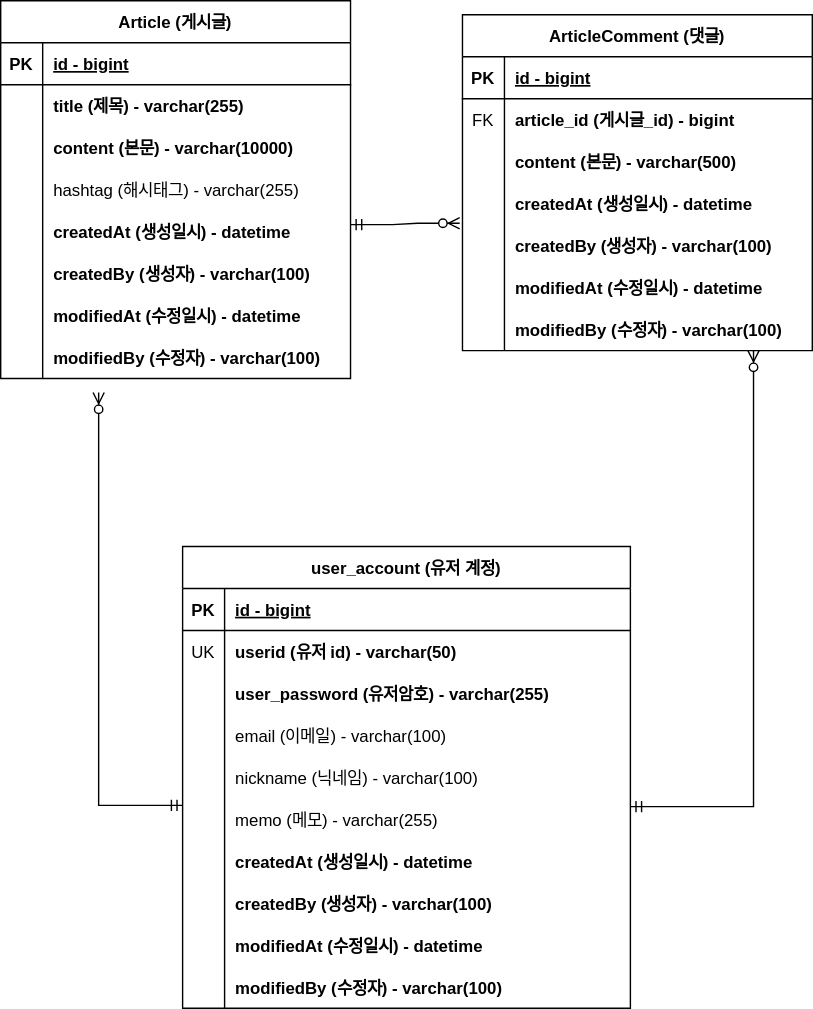
The draw.io diagram document/board-service-erd.svg in yunh0/board-service, before a commit. Source tidied: cells renumbered, new cells last; positions are measured from the earlier drawing's top-left corner, leaving out a move shared by most shapes.
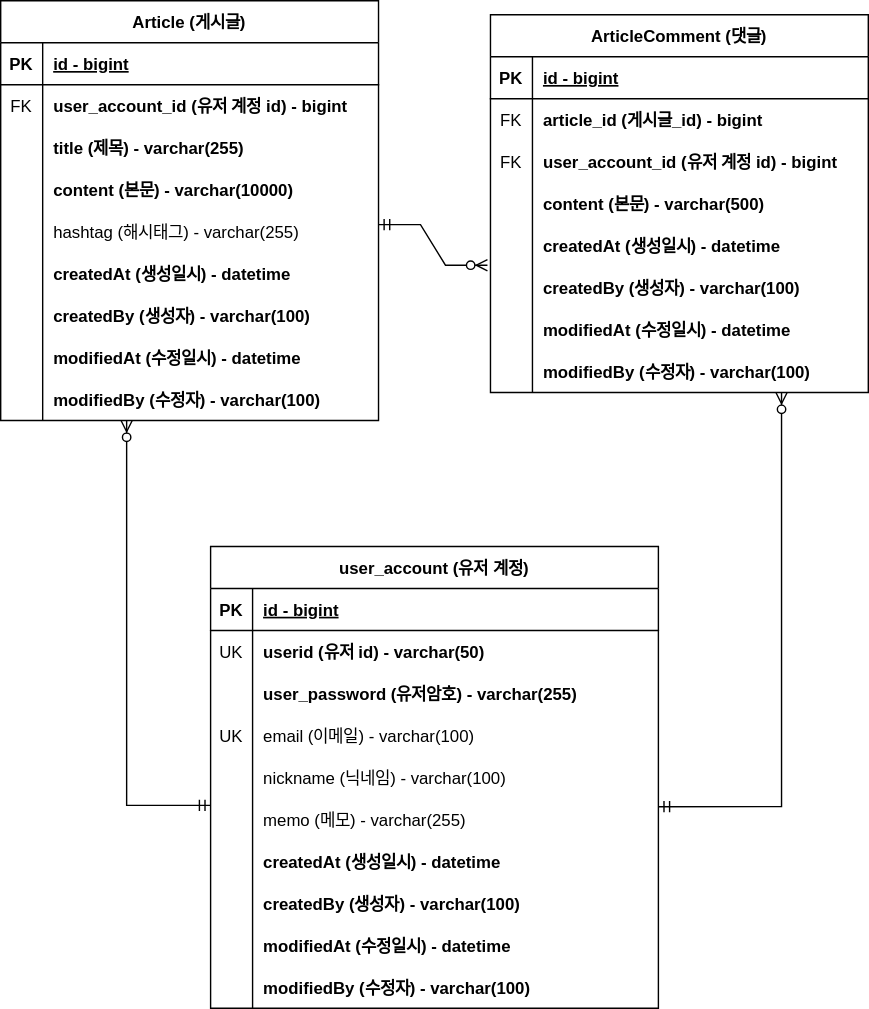
After the commit.

Commit message:
#29 - ERD 업데이트

Change to the diagram source:
```diff
@@ -3,145 +3,163 @@
     <mxCell id="0" />
     <mxCell id="1" parent="0" />
     <mxCell id="2" value="ArticleComment (댓글)" style="shape=table;startSize=30;rowLines=0;fontStyle=1;align=center;" parent="1" vertex="1">
-      <mxGeometry x="330" y="10" width="250" height="240" as="geometry" />
+      <mxGeometry x="330" y="10" width="270" height="270" as="geometry" />
     </mxCell>
     <mxCell id="3" style="shape=partialRectangle;fillColor=none;top=0;left=0;right=0;bottom=1;" parent="2" vertex="1">
-      <mxGeometry y="30" width="250" height="30" as="geometry" />
+      <mxGeometry y="30" width="270" height="30" as="geometry" />
     </mxCell>
     <mxCell id="4" value="PK" style="shape=partialRectangle;overflow=hidden;fillColor=none;top=0;left=0;bottom=0;right=0;fontStyle=1;" parent="3" vertex="1">
       <mxGeometry width="30" height="30" as="geometry" />
     </mxCell>
     <mxCell id="5" value="id - bigint" style="shape=partialRectangle;overflow=hidden;fillColor=none;top=0;left=0;bottom=0;right=0;align=left;spacingLeft=6;fontStyle=5;" parent="3" vertex="1">
-      <mxGeometry x="30" width="220" height="30" as="geometry" />
+      <mxGeometry x="30" width="240" height="30" as="geometry" />
     </mxCell>
     <mxCell id="6" style="shape=partialRectangle;fillColor=none;top=0;left=0;right=0;bottom=0;" parent="2" vertex="1">
-      <mxGeometry y="60" width="250" height="30" as="geometry" />
+      <mxGeometry y="60" width="270" height="30" as="geometry" />
     </mxCell>
     <mxCell id="7" value="FK" style="shape=partialRectangle;overflow=hidden;fillColor=none;top=0;left=0;bottom=0;right=0;" parent="6" vertex="1">
       <mxGeometry width="30" height="30" as="geometry" />
     </mxCell>
     <mxCell id="8" value="article_id (게시글_id) - bigint" style="shape=partialRectangle;overflow=hidden;fillColor=none;top=0;left=0;bottom=0;right=0;align=left;spacingLeft=6;fontStyle=1;" parent="6" vertex="1">
-      <mxGeometry x="30" width="220" height="30" as="geometry" />
+      <mxGeometry x="30" width="240" height="30" as="geometry" />
     </mxCell>
+    <mxCell id="83" style="shape=partialRectangle;fillColor=none;top=0;left=0;right=0;bottom=0;" parent="2" vertex="1">
+      <mxGeometry y="90" width="270" height="30" as="geometry" />
+    </mxCell>
+    <mxCell id="84" value="FK" style="shape=partialRectangle;overflow=hidden;fillColor=none;top=0;left=0;bottom=0;right=0;" parent="83" vertex="1">
+      <mxGeometry width="30" height="30" as="geometry" />
+    </mxCell>
+    <mxCell id="85" value="user_account_id (유저 계정 id) - bigint" style="shape=partialRectangle;overflow=hidden;fillColor=none;top=0;left=0;bottom=0;right=0;align=left;spacingLeft=6;fontStyle=1;" parent="83" vertex="1">
+      <mxGeometry x="30" width="240" height="30" as="geometry" />
+    </mxCell>
     <mxCell id="9" style="shape=partialRectangle;fillColor=none;top=0;left=0;right=0;bottom=0;" parent="2" vertex="1">
-      <mxGeometry y="90" width="250" height="30" as="geometry" />
+      <mxGeometry y="120" width="270" height="30" as="geometry" />
     </mxCell>
     <mxCell id="10" style="shape=partialRectangle;overflow=hidden;fillColor=none;top=0;left=0;bottom=0;right=0;" parent="9" vertex="1">
       <mxGeometry width="30" height="30" as="geometry" />
     </mxCell>
     <mxCell id="11" value="content (본문) - varchar(500)" style="shape=partialRectangle;overflow=hidden;fillColor=none;top=0;left=0;bottom=0;right=0;align=left;spacingLeft=6;fontStyle=1;" parent="9" vertex="1">
-      <mxGeometry x="30" width="220" height="30" as="geometry" />
+      <mxGeometry x="30" width="240" height="30" as="geometry" />
     </mxCell>
     <mxCell id="12" style="shape=partialRectangle;fillColor=none;top=0;left=0;right=0;bottom=0;" parent="2" vertex="1">
-      <mxGeometry y="120" width="250" height="30" as="geometry" />
+      <mxGeometry y="150" width="270" height="30" as="geometry" />
     </mxCell>
     <mxCell id="13" style="shape=partialRectangle;overflow=hidden;fillColor=none;top=0;left=0;bottom=0;right=0;" parent="12" vertex="1">
       <mxGeometry width="30" height="30" as="geometry" />
     </mxCell>
     <mxCell id="14" value="createdAt (생성일시) - datetime" style="shape=partialRectangle;overflow=hidden;fillColor=none;top=0;left=0;bottom=0;right=0;align=left;spacingLeft=6;fontStyle=1;" parent="12" vertex="1">
-      <mxGeometry x="30" width="220" height="30" as="geometry" />
+      <mxGeometry x="30" width="240" height="30" as="geometry" />
     </mxCell>
     <mxCell id="15" style="shape=partialRectangle;fillColor=none;points=[[0,0.5],[1,0.5]];portConstraint=eastwest;top=0;left=0;right=0;bottom=0;" parent="2" vertex="1">
-      <mxGeometry y="150" width="250" height="30" as="geometry" />
+      <mxGeometry y="180" width="270" height="30" as="geometry" />
     </mxCell>
     <mxCell id="16" style="shape=partialRectangle;overflow=hidden;fillColor=none;top=0;left=0;bottom=0;right=0;" parent="15" vertex="1">
       <mxGeometry width="30" height="30" as="geometry" />
     </mxCell>
     <mxCell id="17" value="createdBy (생성자) - varchar(100)" style="shape=partialRectangle;overflow=hidden;fillColor=none;top=0;left=0;bottom=0;right=0;align=left;spacingLeft=6;fontStyle=1;" parent="15" vertex="1">
-      <mxGeometry x="30" width="220" height="30" as="geometry" />
+      <mxGeometry x="30" width="240" height="30" as="geometry" />
     </mxCell>
     <mxCell id="18" style="shape=partialRectangle;fillColor=none;top=0;left=0;right=0;bottom=0;" parent="2" vertex="1">
-      <mxGeometry y="180" width="250" height="30" as="geometry" />
+      <mxGeometry y="210" width="270" height="30" as="geometry" />
     </mxCell>
     <mxCell id="19" style="shape=partialRectangle;overflow=hidden;fillColor=none;top=0;left=0;bottom=0;right=0;" parent="18" vertex="1">
       <mxGeometry width="30" height="30" as="geometry" />
     </mxCell>
     <mxCell id="20" value="modifiedAt (수정일시) - datetime" style="shape=partialRectangle;overflow=hidden;fillColor=none;top=0;left=0;bottom=0;right=0;align=left;spacingLeft=6;fontStyle=1;" parent="18" vertex="1">
-      <mxGeometry x="30" width="220" height="30" as="geometry" />
+      <mxGeometry x="30" width="240" height="30" as="geometry" />
     </mxCell>
     <mxCell id="21" style="shape=partialRectangle;fillColor=none;points=[[0,0.5],[1,0.5]];portConstraint=eastwest;top=0;left=0;right=0;bottom=0;" parent="2" vertex="1">
-      <mxGeometry y="210" width="250" height="30" as="geometry" />
+      <mxGeometry y="240" width="270" height="30" as="geometry" />
     </mxCell>
     <mxCell id="22" style="shape=partialRectangle;overflow=hidden;fillColor=none;top=0;left=0;bottom=0;right=0;" parent="21" vertex="1">
       <mxGeometry width="30" height="30" as="geometry" />
     </mxCell>
     <mxCell id="23" value="modifiedBy (수정자) - varchar(100)" style="shape=partialRectangle;overflow=hidden;fillColor=none;top=0;left=0;bottom=0;right=0;align=left;spacingLeft=6;fontStyle=1;" parent="21" vertex="1">
-      <mxGeometry x="30" width="220" height="30" as="geometry" />
+      <mxGeometry x="30" width="240" height="30" as="geometry" />
     </mxCell>
     <mxCell id="24" value="Article (게시글)" style="shape=table;startSize=30;rowLines=0;fontStyle=1;align=center;" parent="1" vertex="1">
-      <mxGeometry width="250" height="270" as="geometry" />
+      <mxGeometry x="-20" width="270" height="300" as="geometry" />
     </mxCell>
     <mxCell id="25" style="shape=partialRectangle;fillColor=none;top=0;left=0;right=0;bottom=1;" parent="24" vertex="1">
-      <mxGeometry y="30" width="250" height="30" as="geometry" />
+      <mxGeometry y="30" width="270" height="30" as="geometry" />
     </mxCell>
     <mxCell id="26" value="PK" style="shape=partialRectangle;overflow=hidden;fillColor=none;top=0;left=0;bottom=0;right=0;fontStyle=1;" parent="25" vertex="1">
       <mxGeometry width="30" height="30" as="geometry" />
     </mxCell>
     <mxCell id="27" value="id - bigint" style="shape=partialRectangle;overflow=hidden;fillColor=none;top=0;left=0;bottom=0;right=0;align=left;spacingLeft=6;fontStyle=5;" parent="25" vertex="1">
-      <mxGeometry x="30" width="220" height="30" as="geometry" />
+      <mxGeometry x="30" width="240" height="30" as="geometry" />
     </mxCell>
+    <mxCell id="86" style="shape=partialRectangle;fillColor=none;top=0;left=0;right=0;bottom=0;" parent="24" vertex="1">
+      <mxGeometry y="60" width="270" height="30" as="geometry" />
+    </mxCell>
+    <mxCell id="87" value="FK" style="shape=partialRectangle;overflow=hidden;fillColor=none;top=0;left=0;bottom=0;right=0;" parent="86" vertex="1">
+      <mxGeometry width="30" height="30" as="geometry" />
+    </mxCell>
+    <mxCell id="88" value="user_account_id (유저 계정 id) - bigint" style="shape=partialRectangle;overflow=hidden;fillColor=none;top=0;left=0;bottom=0;right=0;align=left;spacingLeft=6;fontStyle=1;" parent="86" vertex="1">
+      <mxGeometry x="30" width="240" height="30" as="geometry" />
+    </mxCell>
     <mxCell id="28" style="shape=partialRectangle;fillColor=none;top=0;left=0;right=0;bottom=0;" parent="24" vertex="1">
-      <mxGeometry y="60" width="250" height="30" as="geometry" />
+      <mxGeometry y="90" width="270" height="30" as="geometry" />
     </mxCell>
     <mxCell id="29" style="shape=partialRectangle;overflow=hidden;fillColor=none;top=0;left=0;bottom=0;right=0;" parent="28" vertex="1">
       <mxGeometry width="30" height="30" as="geometry" />
     </mxCell>
     <mxCell id="30" value="title (제목) - varchar(255)" style="shape=partialRectangle;overflow=hidden;fillColor=none;top=0;left=0;bottom=0;right=0;align=left;spacingLeft=6;fontStyle=1;" parent="28" vertex="1">
-      <mxGeometry x="30" width="220" height="30" as="geometry" />
+      <mxGeometry x="30" width="240" height="30" as="geometry" />
     </mxCell>
     <mxCell id="31" style="shape=partialRectangle;fillColor=none;top=0;left=0;right=0;bottom=0;" parent="24" vertex="1">
-      <mxGeometry y="90" width="250" height="30" as="geometry" />
+      <mxGeometry y="120" width="270" height="30" as="geometry" />
     </mxCell>
     <mxCell id="32" style="shape=partialRectangle;overflow=hidden;fillColor=none;top=0;left=0;bottom=0;right=0;" parent="31" vertex="1">
       <mxGeometry width="30" height="30" as="geometry" />
     </mxCell>
     <mxCell id="33" value="content (본문) - varchar(10000)" style="shape=partialRectangle;overflow=hidden;fillColor=none;top=0;left=0;bottom=0;right=0;align=left;spacingLeft=6;fontStyle=1;" parent="31" vertex="1">
-      <mxGeometry x="30" width="220" height="30" as="geometry" />
+      <mxGeometry x="30" width="240" height="30" as="geometry" />
     </mxCell>
     <mxCell id="34" style="shape=partialRectangle;fillColor=none;top=0;left=0;right=0;bottom=0;" parent="24" vertex="1">
-      <mxGeometry y="120" width="250" height="30" as="geometry" />
+      <mxGeometry y="150" width="270" height="30" as="geometry" />
     </mxCell>
     <mxCell id="35" style="shape=partialRectangle;overflow=hidden;fillColor=none;top=0;left=0;bottom=0;right=0;" parent="34" vertex="1">
       <mxGeometry width="30" height="30" as="geometry" />
     </mxCell>
     <mxCell id="36" value="hashtag (해시태그) - varchar(255)" style="shape=partialRectangle;overflow=hidden;fillColor=none;top=0;left=0;bottom=0;right=0;align=left;spacingLeft=6;" parent="34" vertex="1">
-      <mxGeometry x="30" width="220" height="30" as="geometry" />
+      <mxGeometry x="30" width="240" height="30" as="geometry" />
     </mxCell>
     <mxCell id="37" style="shape=partialRectangle;fillColor=none;top=0;left=0;right=0;bottom=0;" parent="24" vertex="1">
-      <mxGeometry y="150" width="250" height="30" as="geometry" />
+      <mxGeometry y="180" width="270" height="30" as="geometry" />
     </mxCell>
     <mxCell id="38" style="shape=partialRectangle;overflow=hidden;fillColor=none;top=0;left=0;bottom=0;right=0;" parent="37" vertex="1">
       <mxGeometry width="30" height="30" as="geometry" />
     </mxCell>
     <mxCell id="39" value="createdAt (생성일시) - datetime" style="shape=partialRectangle;overflow=hidden;fillColor=none;top=0;left=0;bottom=0;right=0;align=left;spacingLeft=6;fontStyle=1;" parent="37" vertex="1">
-      <mxGeometry x="30" width="220" height="30" as="geometry" />
+      <mxGeometry x="30" width="240" height="30" as="geometry" />
     </mxCell>
     <mxCell id="40" style="shape=partialRectangle;fillColor=none;top=0;left=0;right=0;bottom=0;" parent="24" vertex="1">
-      <mxGeometry y="180" width="250" height="30" as="geometry" />
+      <mxGeometry y="210" width="270" height="30" as="geometry" />
     </mxCell>
     <mxCell id="41" style="shape=partialRectangle;overflow=hidden;fillColor=none;top=0;left=0;bottom=0;right=0;" parent="40" vertex="1">
       <mxGeometry width="30" height="30" as="geometry" />
     </mxCell>
     <mxCell id="42" value="createdBy (생성자) - varchar(100)" style="shape=partialRectangle;overflow=hidden;fillColor=none;top=0;left=0;bottom=0;right=0;align=left;spacingLeft=6;fontStyle=1;" parent="40" vertex="1">
-      <mxGeometry x="30" width="220" height="30" as="geometry" />
+      <mxGeometry x="30" width="240" height="30" as="geometry" />
     </mxCell>
     <mxCell id="43" style="shape=partialRectangle;fillColor=none;top=0;left=0;right=0;bottom=0;" parent="24" vertex="1">
-      <mxGeometry y="210" width="250" height="30" as="geometry" />
+      <mxGeometry y="240" width="270" height="30" as="geometry" />
     </mxCell>
     <mxCell id="44" style="shape=partialRectangle;overflow=hidden;fillColor=none;top=0;left=0;bottom=0;right=0;" parent="43" vertex="1">
       <mxGeometry width="30" height="30" as="geometry" />
     </mxCell>
     <mxCell id="45" value="modifiedAt (수정일시) - datetime" style="shape=partialRectangle;overflow=hidden;fillColor=none;top=0;left=0;bottom=0;right=0;align=left;spacingLeft=6;fontStyle=1;" parent="43" vertex="1">
-      <mxGeometry x="30" width="220" height="30" as="geometry" />
+      <mxGeometry x="30" width="240" height="30" as="geometry" />
     </mxCell>
     <mxCell id="46" style="shape=partialRectangle;fillColor=none;top=0;left=0;right=0;bottom=0;" parent="24" vertex="1">
-      <mxGeometry y="240" width="250" height="30" as="geometry" />
+      <mxGeometry y="270" width="270" height="30" as="geometry" />
     </mxCell>
     <mxCell id="47" style="shape=partialRectangle;overflow=hidden;fillColor=none;top=0;left=0;bottom=0;right=0;" parent="46" vertex="1">
       <mxGeometry width="30" height="30" as="geometry" />
     </mxCell>
     <mxCell id="48" value="modifiedBy (수정자) - varchar(100)" style="shape=partialRectangle;overflow=hidden;fillColor=none;top=0;left=0;bottom=0;right=0;align=left;spacingLeft=6;fontStyle=1;" parent="46" vertex="1">
-      <mxGeometry x="30" width="220" height="30" as="geometry" />
+      <mxGeometry x="30" width="240" height="30" as="geometry" />
     </mxCell>
     <mxCell id="49" style="edgeStyle=entityRelationEdgeStyle;fontSize=12;html=1;endArrow=ERzeroToMany;startArrow=ERmandOne;rounded=0;entryX=-0.008;entryY=-0.033;entryDx=0;entryDy=0;entryPerimeter=0;" parent="1" edge="1" target="15">
       <mxGeometry relative="1" as="geometry">
@@ -181,7 +199,7 @@
     <mxCell id="60" style="shape=partialRectangle;fillColor=none;top=0;left=0;right=0;bottom=0;" parent="50" vertex="1">
       <mxGeometry y="120" width="320" height="30" as="geometry" />
     </mxCell>
-    <mxCell id="61" style="shape=partialRectangle;overflow=hidden;fillColor=none;top=0;left=0;bottom=0;right=0;" parent="60" vertex="1">
+    <mxCell id="61" value="UK" style="shape=partialRectangle;overflow=hidden;fillColor=none;top=0;left=0;bottom=0;right=0;" parent="60" vertex="1">
       <mxGeometry width="30" height="30" as="geometry" />
     </mxCell>
     <mxCell id="62" value="email (이메일) - varchar(100)" style="shape=partialRectangle;overflow=hidden;fillColor=none;top=0;left=0;bottom=0;right=0;align=left;spacingLeft=6;" parent="60" vertex="1">
@@ -252,7 +270,7 @@
     <mxCell id="82" style="edgeStyle=orthogonalEdgeStyle;fontSize=12;html=1;endArrow=ERzeroToMany;startArrow=ERmandOne;rounded=0;exitX=0;exitY=0.5;exitDx=0;exitDy=0;" parent="1" edge="1">
       <mxGeometry relative="1" as="geometry">
         <mxPoint x="130" y="575" as="sourcePoint" />
-        <mxPoint x="70" y="280" as="targetPoint" />
+        <mxPoint x="70" y="300" as="targetPoint" />
         <Array as="points">
           <mxPoint x="70" y="575" />
         </Array>
```
